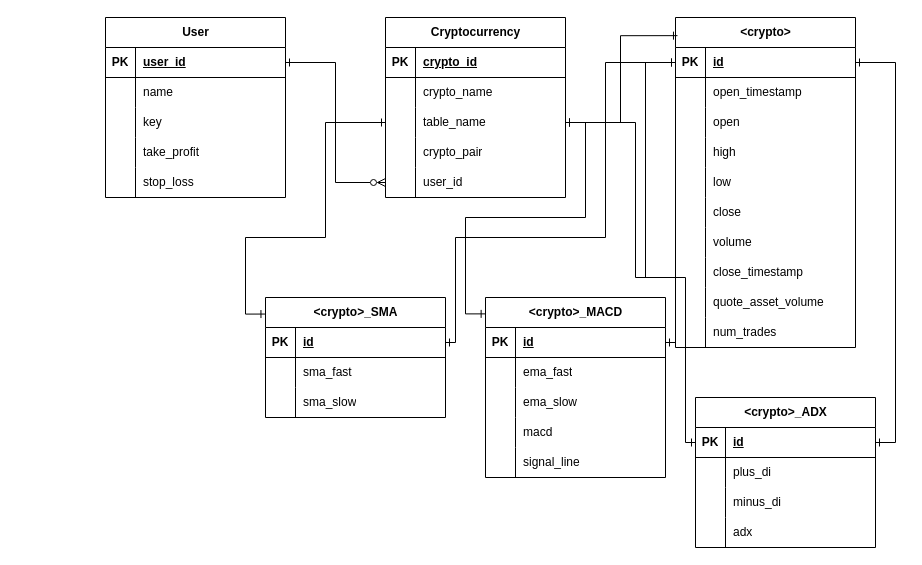
This is Database Schema/Harvest_Schema.drawio from mawi-delosreyes/Harvest, a draw.io file, before an edit. Source tidied: cells renumbered, new cells numbered last; positions are measured from the earlier drawing's top-left corner, leaving out a move shared by most shapes. Both pictures are drawn from the tidied source at 100%, with x=0, y=0 at pixel (105, 17).
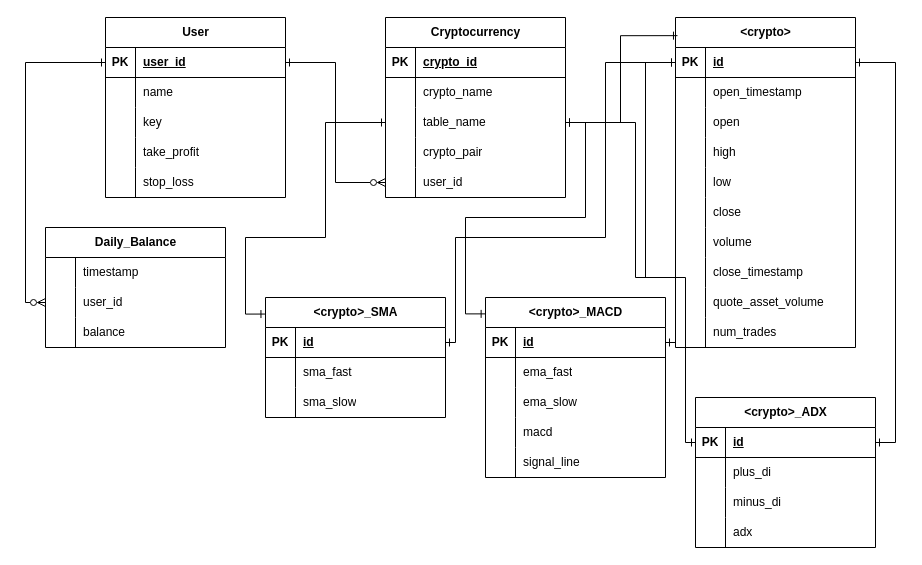
The same page after the edit.

Commit message (it also covers changes not shown here):
Added recording of daily balance

Unchanged cells that the change refers to:
```xml
<mxCell id="89" style="shape=tableRow;horizontal=0;startSize=0;swimlaneHead=0;swimlaneBody=0;fillColor=none;points=[[0,0.5],[1,0.5]];portConstraint=eastwest;top=0;left=0;right=0;bottom=1;" parent="88" vertex="1">
  <mxGeometry y="30" width="180" height="30" as="geometry" />
</mxCell>
```

Diff of the diagram source:
```diff
@@
+    <mxCell id="112" value="Daily_Balance" style="shape=table;startSize=30;childLayout=tableLayout;rowLines=0;fontStyle=1;align=center;html=1;" parent="1" vertex="1">
+      <mxGeometry x="-60" y="210" width="180" height="120" as="geometry" />
+    </mxCell>
+    <mxCell id="113" style="shape=tableRow;horizontal=0;startSize=0;swimlaneHead=0;swimlaneBody=0;fillColor=none;top=0;left=0;right=0;bottom=0;" parent="112" vertex="1">
+      <mxGeometry y="30" width="180" height="30" as="geometry" />
+    </mxCell>
+    <mxCell id="114" style="shape=partialRectangle;fillColor=none;top=0;left=0;bottom=0;right=0;overflow=hidden;whiteSpace=wrap;html=1;" parent="113" vertex="1">
+      <mxGeometry width="30" height="30" as="geometry" />
+    </mxCell>
+    <mxCell id="115" value="timestamp" style="shape=partialRectangle;fillColor=none;top=0;left=0;bottom=0;right=0;align=left;spacingLeft=6;overflow=hidden;whiteSpace=wrap;html=1;" parent="113" vertex="1">
+      <mxGeometry x="30" width="150" height="30" as="geometry" />
+    </mxCell>
+    <mxCell id="116" style="shape=tableRow;horizontal=0;startSize=0;swimlaneHead=0;swimlaneBody=0;fillColor=none;points=[[0,0.5],[1,0.5]];portConstraint=eastwest;top=0;left=0;right=0;bottom=0;" parent="112" vertex="1">
+      <mxGeometry y="60" width="180" height="30" as="geometry" />
+    </mxCell>
+    <mxCell id="117" style="shape=partialRectangle;fillColor=none;top=0;left=0;bottom=0;right=0;overflow=hidden;whiteSpace=wrap;html=1;" parent="116" vertex="1">
+      <mxGeometry width="30" height="30" as="geometry" />
+    </mxCell>
+    <mxCell id="118" value="user_id" style="shape=partialRectangle;fillColor=none;top=0;left=0;bottom=0;right=0;align=left;spacingLeft=6;overflow=hidden;whiteSpace=wrap;html=1;" parent="116" vertex="1">
+      <mxGeometry x="30" width="150" height="30" as="geometry" />
+    </mxCell>
+    <mxCell id="119" style="shape=tableRow;horizontal=0;startSize=0;swimlaneHead=0;swimlaneBody=0;fillColor=none;top=0;left=0;right=0;bottom=0;" parent="112" vertex="1">
+      <mxGeometry y="90" width="180" height="30" as="geometry" />
+    </mxCell>
+    <mxCell id="120" style="shape=partialRectangle;fillColor=none;top=0;left=0;bottom=0;right=0;overflow=hidden;whiteSpace=wrap;html=1;" parent="119" vertex="1">
+      <mxGeometry width="30" height="30" as="geometry" />
+    </mxCell>
+    <mxCell id="121" value="balance" style="shape=partialRectangle;fillColor=none;top=0;left=0;bottom=0;right=0;align=left;spacingLeft=6;overflow=hidden;whiteSpace=wrap;html=1;" parent="119" vertex="1">
+      <mxGeometry x="30" width="150" height="30" as="geometry" />
+    </mxCell>
+    <mxCell id="122" style="edgeStyle=orthogonalEdgeStyle;rounded=0;jettySize=auto;html=1;entryX=0;entryY=0.5;entryDx=0;entryDy=0;startArrow=ERone;startFill=0;endArrow=ERzeroToMany;endFill=0;" parent="1" edge="1" source="89" target="116">
+      <mxGeometry relative="1" as="geometry" />
+    </mxCell>
```
